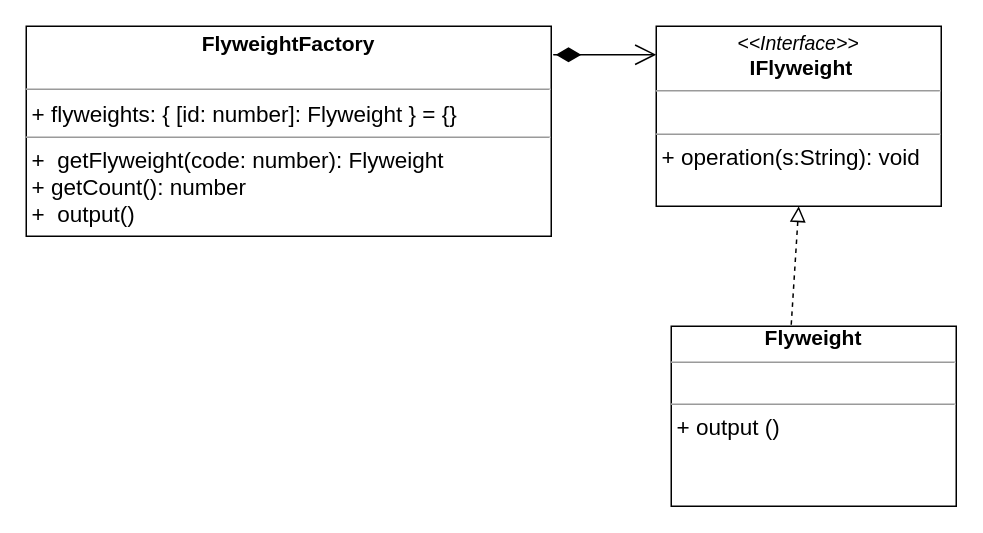
This is structural/flyweight/flyweight.drawio from MaksShadows/Patterns, a draw.io file, before an edit. Source tidied: cells renumbered, new cells numbered last; positions are measured from the earlier drawing's top-left corner, leaving out a move shared by most shapes. Both pictures are drawn from the tidied source at 150%, with x=0, y=0 at pixel (26, 26).
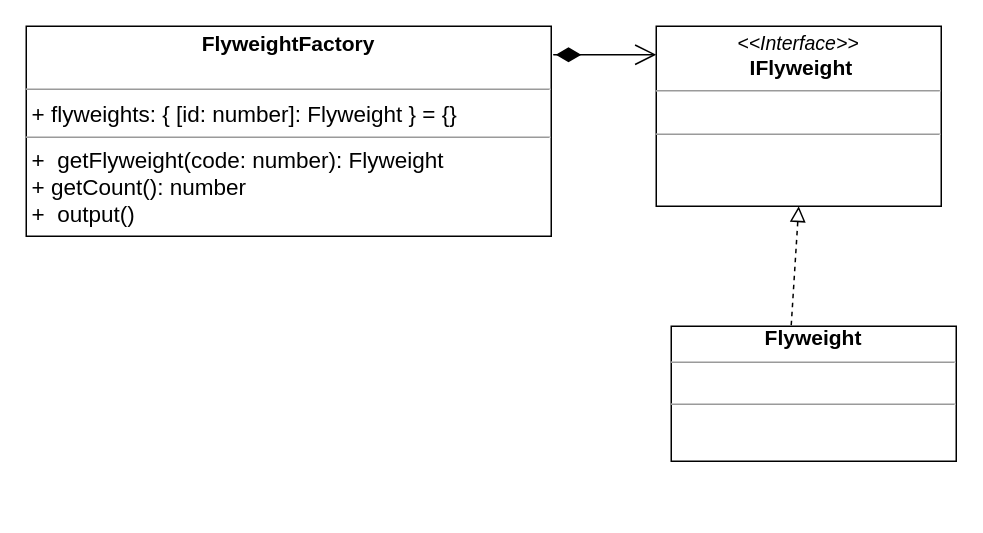
After the change.

The edit, as a diff of the source:
```diff
@@
 <mxGraphModel>
   <root>
     <mxCell id="0" />
     <mxCell id="1" parent="0" />
     <mxCell id="2" style="endArrow=open;html=1;endSize=12;startArrow=diamondThin;startSize=14;startFill=1;edgeStyle=orthogonalEdgeStyle;align=left;verticalAlign=bottom;entryX=0;entryY=0.158;entryDx=0;entryDy=0;entryPerimeter=0;" parent="1" edge="1" target="3">
       <mxGeometry x="-0.75" y="40" relative="1" as="geometry">
         <mxPoint x="370" y="19" as="sourcePoint" />
         <Array as="points">
           <mxPoint x="350" y="19" />
           <mxPoint x="350" y="19" />
         </Array>
       </mxGeometry>
     </mxCell>
-    <mxCell id="3" value="&lt;p style=&quot;margin: 4px 0px 0px ; text-align: center&quot;&gt;&lt;i style=&quot;font-size: 13px&quot;&gt;&amp;lt;&amp;lt;Interface&amp;gt;&amp;gt;&lt;/i&gt;&lt;br&gt;&lt;span style=&quot;font-size: 14px&quot;&gt;&lt;b&gt;&amp;nbsp;IFlyweight&lt;/b&gt;&lt;/span&gt;&lt;br&gt;&lt;/p&gt;&lt;hr size=&quot;1&quot; style=&quot;font-size: 14px&quot;&gt;&lt;p style=&quot;margin: 0px ; margin-left: 4px&quot;&gt;&lt;br&gt;&lt;/p&gt;&lt;hr size=&quot;1&quot;&gt;&lt;p style=&quot;margin: 0px 0px 0px 4px&quot;&gt;&lt;font style=&quot;font-size: 15px&quot;&gt;+ operation(s:String): void&lt;/font&gt;&lt;br&gt;&lt;/p&gt;" style="verticalAlign=top;align=left;overflow=fill;fontSize=12;fontFamily=Helvetica;html=1;" parent="1" vertex="1">
+    <mxCell id="3" value="&lt;p style=&quot;margin: 4px 0px 0px ; text-align: center&quot;&gt;&lt;i style=&quot;font-size: 13px&quot;&gt;&amp;lt;&amp;lt;Interface&amp;gt;&amp;gt;&lt;/i&gt;&lt;br&gt;&lt;span style=&quot;font-size: 14px&quot;&gt;&lt;b&gt;&amp;nbsp;IFlyweight&lt;/b&gt;&lt;/span&gt;&lt;br&gt;&lt;/p&gt;&lt;hr size=&quot;1&quot; style=&quot;font-size: 14px&quot;&gt;&lt;p style=&quot;margin: 0px ; margin-left: 4px&quot;&gt;&lt;br&gt;&lt;/p&gt;&lt;hr size=&quot;1&quot;&gt;&lt;p style=&quot;margin: 0px 0px 0px 4px&quot;&gt;&lt;br&gt;&lt;/p&gt;" style="verticalAlign=top;align=left;overflow=fill;fontSize=12;fontFamily=Helvetica;html=1;" parent="1" vertex="1">
       <mxGeometry x="420" width="190" height="120" as="geometry" />
     </mxCell>
     <mxCell id="4" value="&lt;p style=&quot;margin: 4px 0px 0px ; text-align: center&quot;&gt;&lt;b style=&quot;font-size: 14px&quot;&gt;FlyweightFactory&lt;/b&gt;&lt;/p&gt;&lt;br&gt;&lt;hr size=&quot;1&quot; style=&quot;font-size: 14px&quot;&gt;&lt;p style=&quot;margin: 0px ; margin-left: 4px&quot;&gt;&lt;span style=&quot;font-size: 15px&quot;&gt;+ flyweights: { [id: number]: Flyweight } = {}&lt;/span&gt;&lt;br&gt;&lt;/p&gt;&lt;hr size=&quot;1&quot;&gt;&lt;p style=&quot;margin: 0px 0px 0px 4px&quot;&gt;&lt;font style=&quot;font-size: 15px&quot;&gt;+&amp;nbsp; getFlyweight(code: number): Flyweight&amp;nbsp;&lt;/font&gt;&lt;br&gt;&lt;/p&gt;&lt;p style=&quot;margin: 0px 0px 0px 4px&quot;&gt;&lt;font style=&quot;font-size: 15px&quot;&gt;+&amp;nbsp;getCount(): number&lt;/font&gt;&lt;/p&gt;&lt;p style=&quot;margin: 0px 0px 0px 4px&quot;&gt;&lt;font style=&quot;font-size: 15px&quot;&gt;+&amp;nbsp;&amp;nbsp;output()&lt;/font&gt;&lt;/p&gt;&lt;p style=&quot;margin: 0px 0px 0px 4px&quot;&gt;&lt;font style=&quot;font-size: 15px&quot;&gt;&lt;br&gt;&lt;/font&gt;&lt;/p&gt;" style="verticalAlign=top;align=left;overflow=fill;fontSize=12;fontFamily=Helvetica;html=1;" parent="1" vertex="1">
       <mxGeometry width="350" height="140" as="geometry" />
     </mxCell>
-    <mxCell id="5" value="&lt;div style=&quot;text-align: center&quot;&gt;&lt;span style=&quot;font-size: 14px&quot;&gt;&lt;b&gt;&amp;nbsp;Flyweight&lt;/b&gt;&lt;/span&gt;&lt;b style=&quot;font-size: 14px&quot;&gt;&amp;nbsp;&lt;/b&gt;&lt;/div&gt;&lt;hr size=&quot;1&quot; style=&quot;font-size: 14px&quot;&gt;&lt;p style=&quot;margin: 0px ; margin-left: 4px&quot;&gt;&lt;br&gt;&lt;/p&gt;&lt;hr size=&quot;1&quot;&gt;&lt;p style=&quot;margin: 0px 0px 0px 4px&quot;&gt;&lt;font style=&quot;font-size: 15px&quot;&gt;+ output ()&lt;/font&gt;&lt;br&gt;&lt;/p&gt;" style="verticalAlign=top;align=left;overflow=fill;fontSize=12;fontFamily=Helvetica;html=1;" parent="1" vertex="1">
-      <mxGeometry x="430" y="200" width="190" height="120" as="geometry" />
+    <mxCell id="5" value="&lt;div style=&quot;text-align: center&quot;&gt;&lt;span style=&quot;font-size: 14px&quot;&gt;&lt;b&gt;&amp;nbsp;Flyweight&lt;/b&gt;&lt;/span&gt;&lt;b style=&quot;font-size: 14px&quot;&gt;&amp;nbsp;&lt;/b&gt;&lt;/div&gt;&lt;hr size=&quot;1&quot; style=&quot;font-size: 14px&quot;&gt;&lt;p style=&quot;margin: 0px ; margin-left: 4px&quot;&gt;&lt;br&gt;&lt;/p&gt;&lt;hr size=&quot;1&quot;&gt;&lt;p style=&quot;margin: 0px 0px 0px 4px&quot;&gt;&lt;br&gt;&lt;/p&gt;" style="verticalAlign=top;align=left;overflow=fill;fontSize=12;fontFamily=Helvetica;html=1;" parent="1" vertex="1">
+      <mxGeometry x="430" y="200" width="190" height="90" as="geometry" />
     </mxCell>
     <mxCell id="6" style="endArrow=block;startArrow=none;endFill=0;startFill=0;endSize=8;html=1;verticalAlign=bottom;dashed=1;labelBackgroundColor=none;exitX=0.421;exitY=-0.008;exitDx=0;exitDy=0;exitPerimeter=0;entryX=0.5;entryY=1;entryDx=0;entryDy=0;" parent="1" edge="1" source="5" target="3">
       <mxGeometry relative="1" as="geometry" />
     </mxCell>
   </root>
 </mxGraphModel>
```
